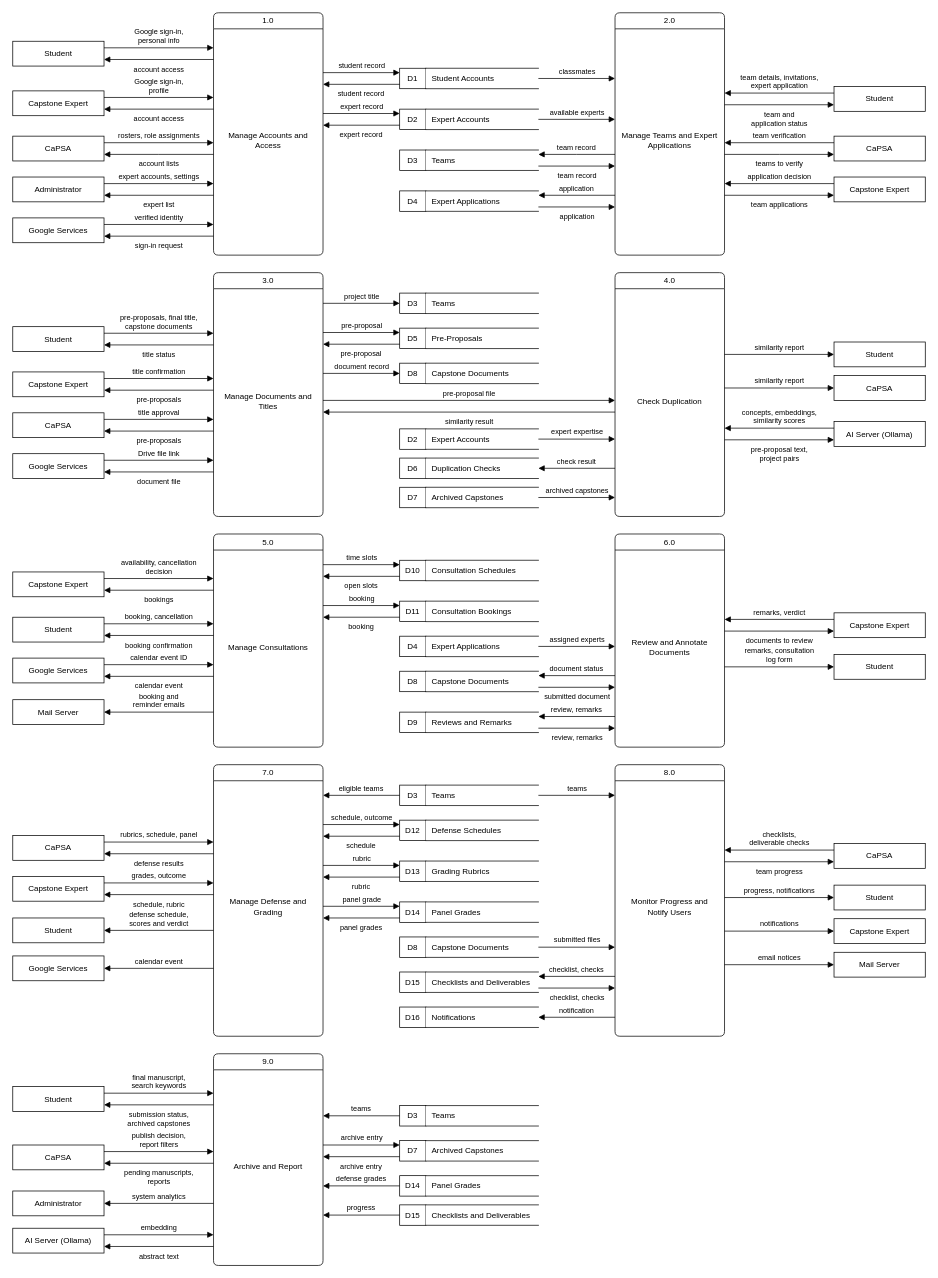
Before: page "DFD Level 0" (3 of 15) of docs/diagrams/capstrack-diagrams-all.drawio in M21thony/capstrack, a draw.io diagram. Source tidied: cells renumbered, new cells numbered last; positions are measured from the earlier drawing's top-left corner, leaving out a move shared by most shapes. Both pictures are drawn from the tidied source at 73%, with x=0, y=0 at pixel (12, 12).
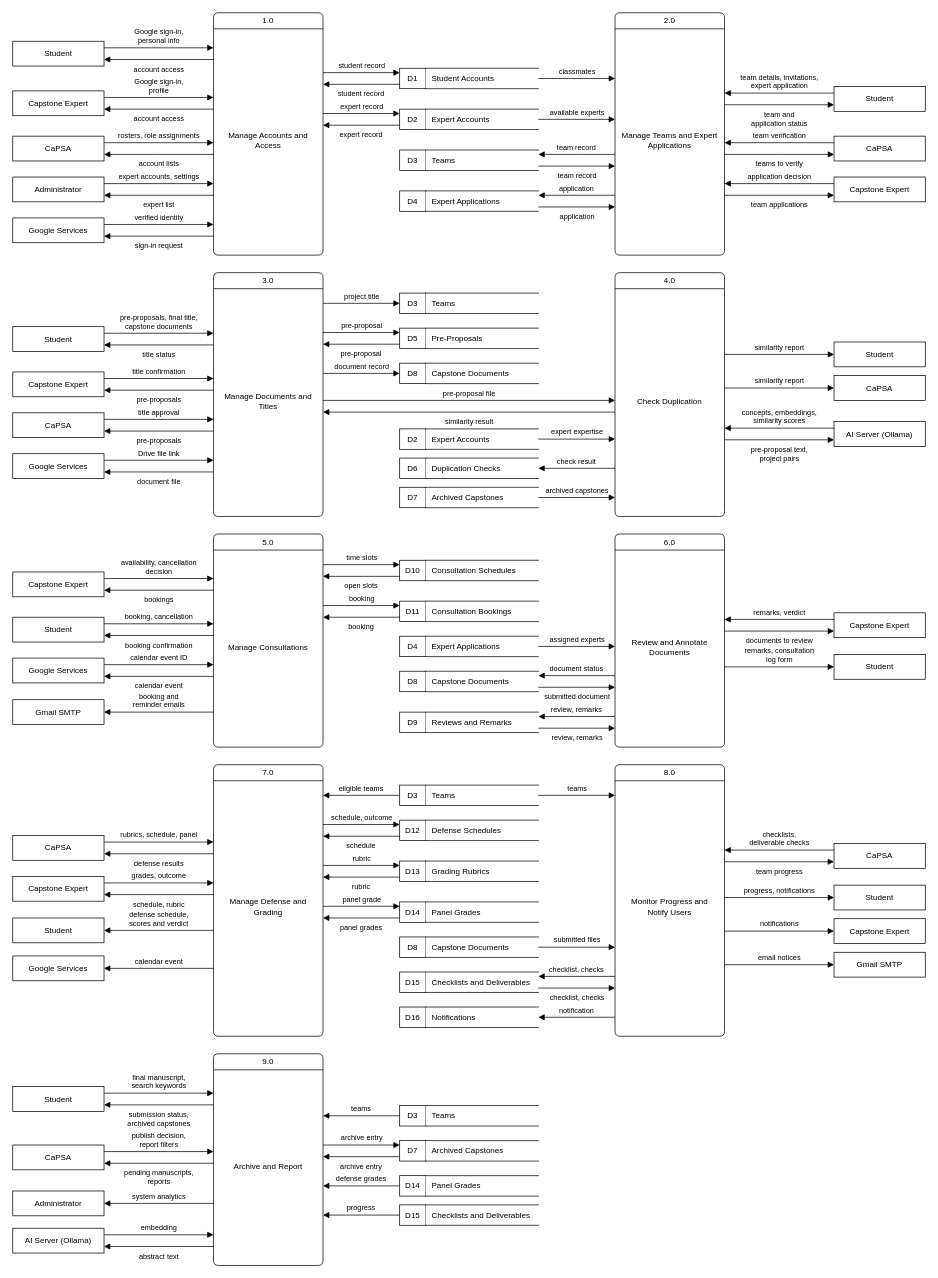
After the change.

Commit message (it also covers changes not shown here):
Diagrams: name the mail server Gmail SMTP

Diff of the diagram source:
```diff
@@
-    <mxCell id="115" value="Mail Server" style="rounded=0;whiteSpace=wrap;html=1;fillColor=#ffffff;fontSize=11;strokeColor=#000000;fontFamily=Helvetica;fontColor=#000000;" parent="1" vertex="1">
+    <mxCell id="115" value="Gmail SMTP" style="rounded=0;whiteSpace=wrap;html=1;fillColor=#ffffff;fontSize=11;strokeColor=#000000;fontFamily=Helvetica;fontColor=#000000;" parent="1" vertex="1">
       <mxGeometry y="941" width="125" height="34" as="geometry" />
     </mxCell>
@@
-    <mxCell id="167" value="Mail Server" style="rounded=0;whiteSpace=wrap;html=1;fillColor=#ffffff;fontSize=11;strokeColor=#000000;fontFamily=Helvetica;fontColor=#000000;" parent="1" vertex="1">
+    <mxCell id="167" value="Gmail SMTP" style="rounded=0;whiteSpace=wrap;html=1;fillColor=#ffffff;fontSize=11;strokeColor=#000000;fontFamily=Helvetica;fontColor=#000000;" parent="1" vertex="1">
       <mxGeometry x="1125" y="1287" width="125" height="34" as="geometry" />
     </mxCell>
```
